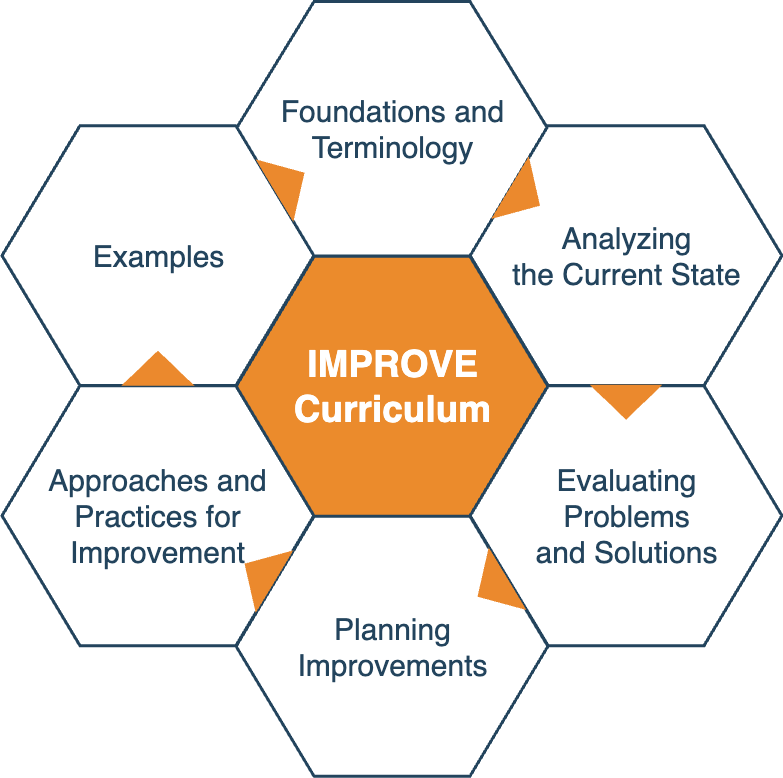
The draw.io diagram docs/images/curriculum-structure-EN.drawio.png in isaqb-org/curriculum-improve, before a commit. Source tidied: cells renumbered, new cells last; positions are measured from the earlier drawing's top-left corner, leaving out a move shared by most shapes.
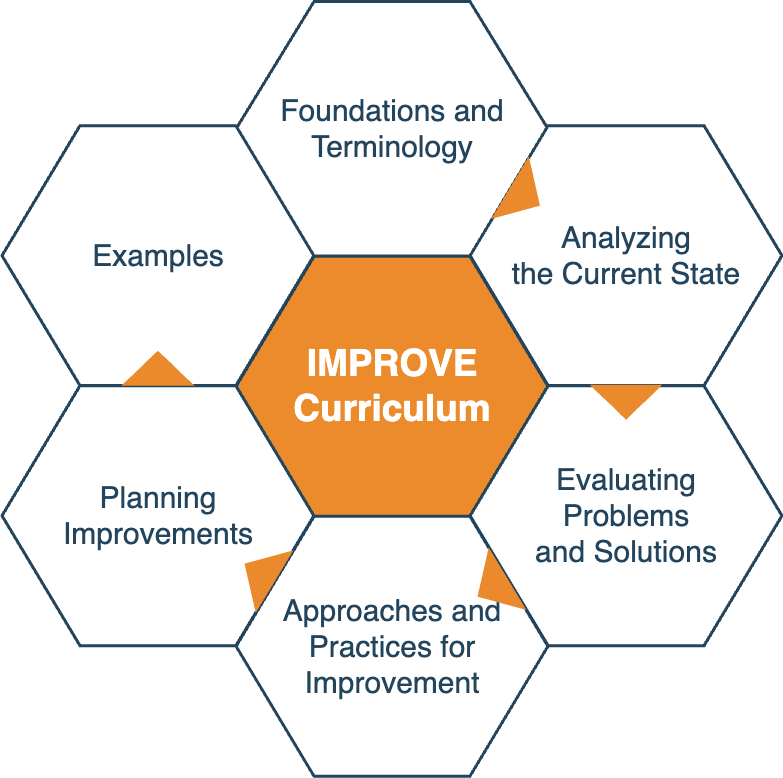
The same diagram one commit later.

Commit message:
png with embedded drawio source

The edit, as a diff of the source:
```diff
@@ -17,10 +17,10 @@
     <mxCell id="6" value="&lt;font&gt;Evaluating &lt;br&gt;Problems&lt;/font&gt;&lt;div&gt;&lt;font&gt;and Solutions&lt;/font&gt;&lt;/div&gt;" style="shape=hexagon;perimeter=hexagonPerimeter2;whiteSpace=wrap;html=1;shadow=0;labelBackgroundColor=none;strokeColor=#23445D;fillColor=#FFFFFF;gradientColor=none;fontFamily=Helvetica;fontSize=30;fontColor=#23445d;align=center;strokeWidth=3;" parent="1" vertex="1">
       <mxGeometry x="468.7" y="384.3" width="311.8" height="259.9" as="geometry" />
     </mxCell>
-    <mxCell id="7" value="&lt;font&gt;Planning&lt;/font&gt;&lt;div&gt;&lt;font&gt;Improvements&lt;/font&gt;&lt;/div&gt;" style="shape=hexagon;perimeter=hexagonPerimeter2;whiteSpace=wrap;html=1;shadow=0;labelBackgroundColor=none;strokeColor=#23445D;fillColor=#FFFFFF;gradientColor=none;fontFamily=Helvetica;fontSize=30;fontColor=#23445d;align=center;strokeWidth=3;" parent="1" vertex="1">
+    <mxCell id="7" value="Approaches and&lt;div&gt;Practices for&lt;/div&gt;&lt;div&gt;Improvement&lt;/div&gt;" style="shape=hexagon;perimeter=hexagonPerimeter2;whiteSpace=wrap;html=1;shadow=0;labelBackgroundColor=none;strokeColor=#23445D;fillColor=#FFFFFF;gradientColor=none;fontFamily=Helvetica;fontSize=30;fontColor=#23445d;align=center;strokeWidth=3;" parent="1" vertex="1">
       <mxGeometry x="234.6" y="514.8" width="311.8" height="259.9" as="geometry" />
     </mxCell>
-    <mxCell id="8" value="&lt;font&gt;Approaches and&lt;/font&gt;&lt;div&gt;&lt;font&gt;Practices for&lt;/font&gt;&lt;/div&gt;&lt;div&gt;&lt;font&gt;Improvement&lt;/font&gt;&lt;/div&gt;" style="shape=hexagon;perimeter=hexagonPerimeter2;whiteSpace=wrap;html=1;shadow=0;labelBackgroundColor=none;strokeColor=#23445D;fillColor=#FFFFFF;gradientColor=none;fontFamily=Helvetica;fontSize=30;fontColor=#23445d;align=center;strokeWidth=3;" parent="1" vertex="1">
+    <mxCell id="8" value="Planning&lt;div&gt;Improvements&lt;/div&gt;" style="shape=hexagon;perimeter=hexagonPerimeter2;whiteSpace=wrap;html=1;shadow=0;labelBackgroundColor=none;strokeColor=#23445D;fillColor=#FFFFFF;gradientColor=none;fontFamily=Helvetica;fontSize=30;fontColor=#23445d;align=center;strokeWidth=3;" parent="1" vertex="1">
       <mxGeometry x="0.5" y="384.3" width="311.8" height="259.9" as="geometry" />
     </mxCell>
     <mxCell id="9" value="&lt;font&gt;Examples&lt;/font&gt;" style="shape=hexagon;perimeter=hexagonPerimeter2;whiteSpace=wrap;html=1;shadow=0;labelBackgroundColor=none;strokeColor=#23445D;fillColor=#ffffff;gradientColor=none;fontFamily=Helvetica;fontSize=30;fontColor=#23445D;align=center;strokeWidth=3;" parent="1" vertex="1">
@@ -32,9 +32,6 @@
     <mxCell id="11" style="triangle;whiteSpace=wrap;html=1;shadow=0;labelBackgroundColor=none;strokeColor=none;fillColor=light-dark(#eb892d, #a0bcd2);fontFamily=Helvetica;fontSize=17;fontColor=#23445d;align=center;rotation=31;gradientColor=none;flipH=1;strokeWidth=3;" parent="1" vertex="1">
       <mxGeometry x="240.5" y="534.7" width="35" height="73" as="geometry" />
     </mxCell>
-    <mxCell id="12" style="triangle;whiteSpace=wrap;html=1;shadow=0;labelBackgroundColor=none;strokeColor=none;fillColor=light-dark(#eb892d, #a0bcd2);fontFamily=Helvetica;fontSize=17;fontColor=#23445d;align=center;rotation=329;gradientColor=none;strokeWidth=3;" parent="1" vertex="1">
-      <mxGeometry x="270.5" y="143.7" width="35" height="73" as="geometry" />
-    </mxCell>
     <mxCell id="13" style="triangle;whiteSpace=wrap;html=1;shadow=0;labelBackgroundColor=none;strokeColor=none;fillColor=light-dark(#eb892d, #a0bcd2);fontFamily=Helvetica;fontSize=17;fontColor=#23445d;align=center;rotation=329;gradientColor=none;flipH=1;strokeWidth=3;" parent="1" vertex="1">
       <mxGeometry x="473.5" y="549.7" width="35" height="73" as="geometry" />
     </mxCell>
```
